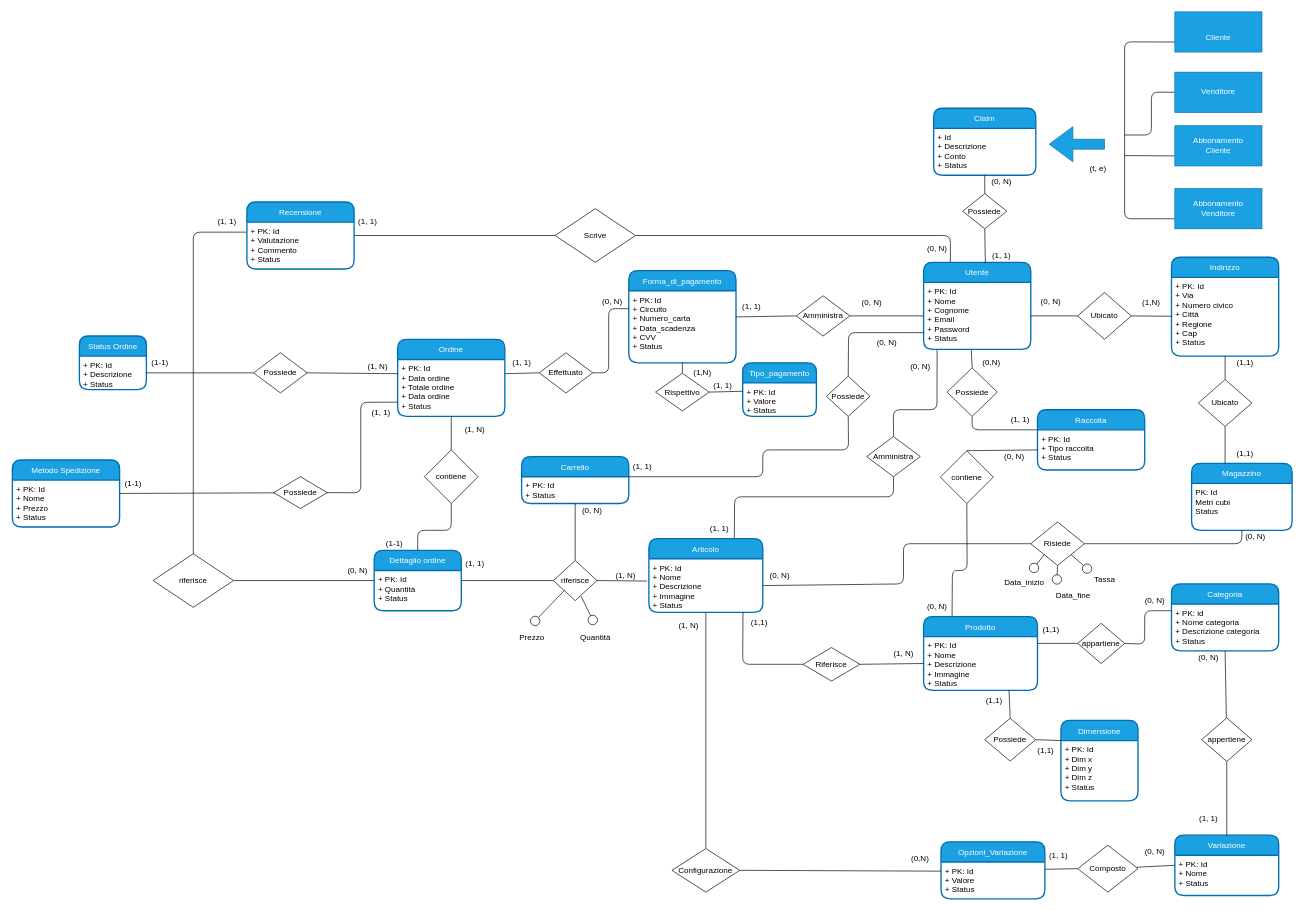
Before: doc/schema_concettuale/schema_concettuale.drawio in EndriDomiUni/E-commerce, a draw.io diagram. Source tidied: cells renumbered, new cells numbered last; positions are measured from the earlier drawing's top-left corner, leaving out a move shared by most shapes. Both pictures are drawn from the tidied source at 67%, with x=0, y=0 at pixel (12, 11).
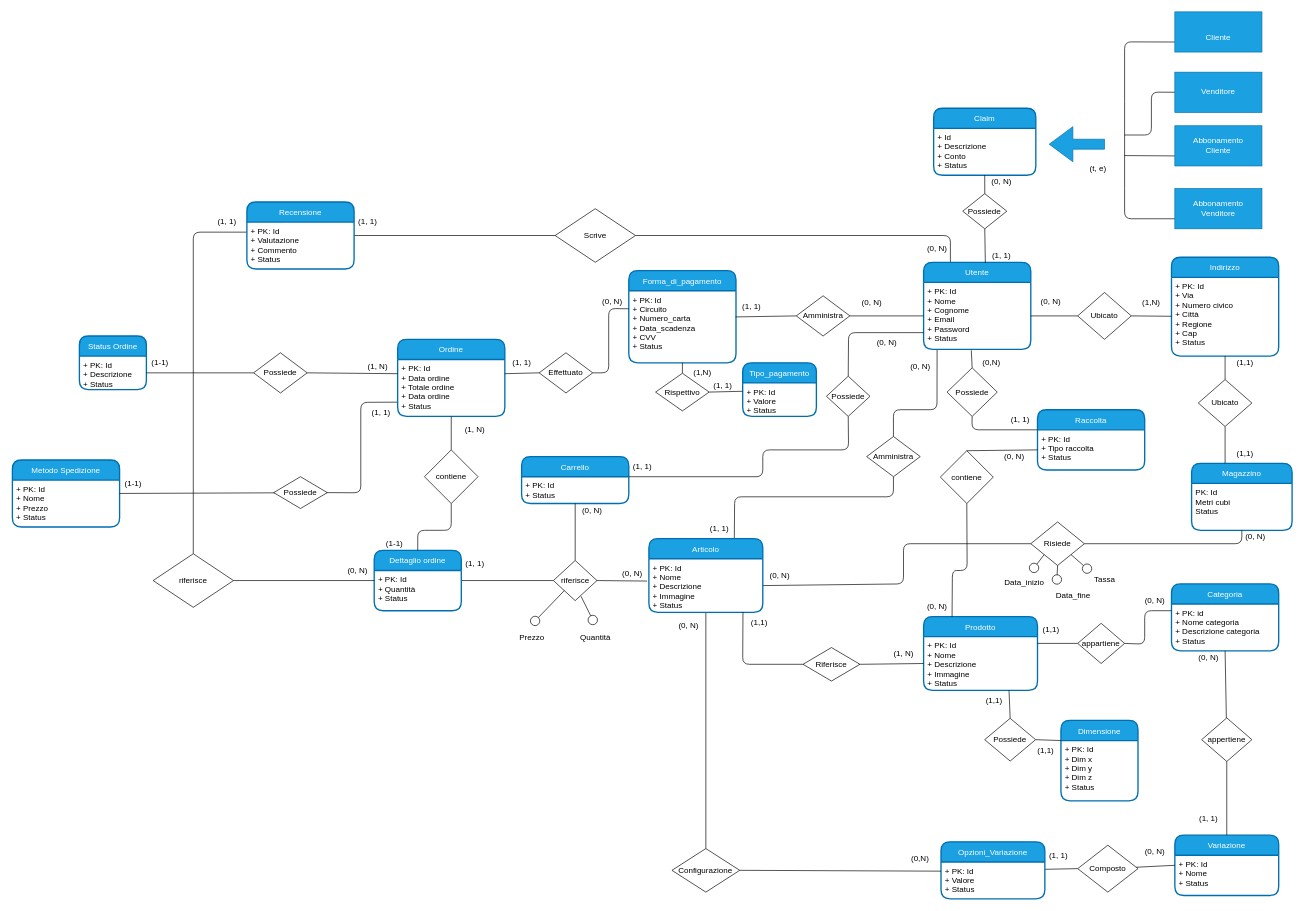
Above is the later version.

The edit, as a diff of the source:
```diff
@@
-    <mxCell id="127" value="(1, N)" style="text;html=1;align=center;verticalAlign=middle;strokeColor=none;fillColor=none;fontSize=12;" parent="1" vertex="1">
+    <mxCell id="127" value="(0, N)" style="text;html=1;align=center;verticalAlign=middle;strokeColor=none;fillColor=none;fontSize=12;" parent="1" vertex="1">
       <mxGeometry x="984.4" y="901.5" width="50" height="30" as="geometry" />
     </mxCell>
-    <mxCell id="128" value="(1, N)" style="text;html=1;align=center;verticalAlign=middle;strokeColor=none;fillColor=none;fontSize=12;" parent="1" vertex="1">
-      <mxGeometry x="890" y="826.5" width="50" height="30" as="geometry" />
+    <mxCell id="128" value="(0, N)" style="text;html=1;align=center;verticalAlign=middle;strokeColor=none;fillColor=none;fontSize=12;" parent="1" vertex="1">
+      <mxGeometry x="900" y="824" width="50" height="30" as="geometry" />
     </mxCell>
```
